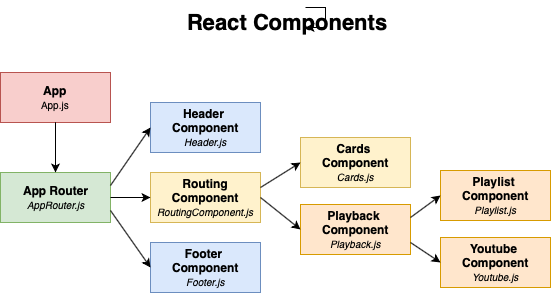
mahmudahsan/python-bangla-react keeps this draw.io diagram as Resources/react-components.png. Above is the earlier version. Source tidied: cells renumbered, new cells last; positions are measured from the earlier drawing's top-left corner, leaving out a move shared by most shapes. The source it was exported from:
```xml
<mxGraphModel>
  <root>
    <mxCell id="0" />
    <mxCell id="1" parent="0" />
    <mxCell id="2" value="&lt;b&gt;App&lt;/b&gt;&lt;br&gt;&lt;font style=&quot;font-size: 10px&quot;&gt;App.js&lt;/font&gt;&lt;br&gt;" style="html=1;fillColor=#f8cecc;strokeColor=#b85450;" parent="1" vertex="1">
      <mxGeometry y="65" width="110" height="50" as="geometry" />
    </mxCell>
    <mxCell id="3" value="&lt;b&gt;App Router&lt;/b&gt;&lt;br&gt;&lt;i&gt;&lt;font style=&quot;font-size: 10px&quot;&gt;AppRouter.js&lt;/font&gt;&lt;/i&gt;&lt;br&gt;" style="html=1;fillColor=#d5e8d4;strokeColor=#82b366;" parent="1" vertex="1">
      <mxGeometry y="165" width="110" height="50" as="geometry" />
    </mxCell>
    <mxCell id="4" style="endArrow=classic;html=1;exitX=0.5;exitY=1;exitDx=0;exitDy=0;" parent="1" edge="1" source="2" target="3">
      <mxGeometry relative="1" as="geometry" />
    </mxCell>
    <mxCell id="5" value="&lt;b&gt;Routing&lt;br&gt;Component&lt;/b&gt;&lt;br&gt;&lt;i&gt;&lt;font style=&quot;font-size: 10px&quot;&gt;RoutingComponent.js&lt;/font&gt;&lt;/i&gt;&lt;br&gt;" style="html=1;fillColor=#fff2cc;strokeColor=#d6b656;" parent="1" vertex="1">
      <mxGeometry x="150" y="165" width="110" height="50" as="geometry" />
    </mxCell>
    <mxCell id="6" style="endArrow=classic;html=1;exitX=1;exitY=0.5;exitDx=0;exitDy=0;" parent="1" edge="1" source="3" target="5">
      <mxGeometry relative="1" as="geometry" />
    </mxCell>
    <mxCell id="7" value="&lt;b&gt;Header &lt;br&gt;Component&lt;/b&gt;&lt;i&gt;&lt;font style=&quot;font-size: 10px&quot;&gt;&lt;br&gt;Header.js&lt;/font&gt;&lt;/i&gt;&lt;br&gt;" style="html=1;fillColor=#dae8fc;strokeColor=#6c8ebf;" parent="1" vertex="1">
      <mxGeometry x="150" y="95" width="110" height="50" as="geometry" />
    </mxCell>
    <mxCell id="8" style="endArrow=classic;html=1;exitX=1;exitY=0.25;exitDx=0;exitDy=0;entryX=0;entryY=0.5;entryDx=0;entryDy=0;" parent="1" edge="1" source="3" target="7">
      <mxGeometry relative="1" as="geometry" />
    </mxCell>
    <mxCell id="9" value="&lt;b&gt;Cards&amp;nbsp;&lt;br&gt;Component&lt;/b&gt;&lt;br&gt;&lt;font size=&quot;1&quot;&gt;&lt;i&gt;Cards.js&lt;/i&gt;&lt;/font&gt;&lt;br&gt;" style="html=1;fillColor=#fff2cc;strokeColor=#d6b656;" parent="1" vertex="1">
      <mxGeometry x="300" y="130" width="110" height="50" as="geometry" />
    </mxCell>
    <mxCell id="10" value="&lt;b&gt;Footer&amp;nbsp;&lt;br&gt;Component&lt;/b&gt;&lt;i&gt;&lt;font style=&quot;font-size: 10px&quot;&gt;&lt;br&gt;Footer.js&lt;/font&gt;&lt;/i&gt;&lt;br&gt;" style="html=1;fillColor=#dae8fc;strokeColor=#6c8ebf;" parent="1" vertex="1">
      <mxGeometry x="150" y="235" width="110" height="50" as="geometry" />
    </mxCell>
    <mxCell id="11" style="endArrow=classic;html=1;entryX=0;entryY=0.5;entryDx=0;entryDy=0;" parent="1" edge="1" target="9">
      <mxGeometry relative="1" as="geometry">
        <mxPoint x="260" y="180" as="sourcePoint" />
      </mxGeometry>
    </mxCell>
    <mxCell id="12" style="endArrow=classic;html=1;entryX=0;entryY=0.5;entryDx=0;entryDy=0;exitX=1;exitY=0.75;exitDx=0;exitDy=0;" parent="1" edge="1" source="3" target="10">
      <mxGeometry relative="1" as="geometry" />
    </mxCell>
    <mxCell id="13" value="React Components" style="text;html=1;points=[];align=left;verticalAlign=top;spacingTop=-4;fontStyle=1;fontSize=22;" parent="1" vertex="1">
      <mxGeometry x="185" width="120" height="20" as="geometry" />
    </mxCell>
    <mxCell id="14" value="&lt;b&gt;Playback&amp;nbsp;&lt;br&gt;Component&lt;/b&gt;&lt;br&gt;&lt;font size=&quot;1&quot;&gt;&lt;i&gt;Playback.js&lt;/i&gt;&lt;/font&gt;&lt;br&gt;" style="html=1;fillColor=#ffe6cc;strokeColor=#d79b00;" parent="1" vertex="1">
      <mxGeometry x="300" y="197" width="110" height="50" as="geometry" />
    </mxCell>
    <mxCell id="15" style="endArrow=classic;html=1;entryX=0;entryY=0.5;entryDx=0;entryDy=0;exitX=1;exitY=0.75;exitDx=0;exitDy=0;" parent="1" edge="1" target="14">
      <mxGeometry relative="1" as="geometry">
        <mxPoint x="260" y="190" as="sourcePoint" />
      </mxGeometry>
    </mxCell>
    <mxCell id="16" style="edgeStyle=orthogonalEdgeStyle;rounded=0;orthogonalLoop=1;jettySize=auto;html=1;exitX=0.5;exitY=1;exitDx=0;exitDy=0;fontSize=22;fillColor=#fff2cc;strokeColor=#d6b656;" parent="1" edge="1" source="14" target="14">
      <mxGeometry relative="1" as="geometry" />
    </mxCell>
    <mxCell id="17" value="&lt;b&gt;Playlist&amp;nbsp;&lt;br&gt;Component&lt;/b&gt;&lt;br&gt;&lt;font size=&quot;1&quot;&gt;&lt;i&gt;Playlist.js&lt;/i&gt;&lt;/font&gt;&lt;br&gt;" style="html=1;fillColor=#ffe6cc;strokeColor=#d79b00;" parent="1" vertex="1">
      <mxGeometry x="440" y="163" width="110" height="50" as="geometry" />
    </mxCell>
    <mxCell id="18" value="&lt;b&gt;Youtube&amp;nbsp;&lt;br&gt;Component&lt;/b&gt;&lt;br&gt;&lt;font size=&quot;1&quot;&gt;&lt;i&gt;Youtube.js&lt;/i&gt;&lt;/font&gt;&lt;br&gt;" style="html=1;fillColor=#ffe6cc;strokeColor=#d79b00;" parent="1" vertex="1">
      <mxGeometry x="440" y="230" width="110" height="50" as="geometry" />
    </mxCell>
    <mxCell id="19" style="edgeStyle=orthogonalEdgeStyle;rounded=0;orthogonalLoop=1;jettySize=auto;html=1;exitX=0.5;exitY=1;exitDx=0;exitDy=0;fontSize=22;fillColor=#ffe6cc;strokeColor=#d79b00;" parent="1" edge="1" source="18" target="18">
      <mxGeometry relative="1" as="geometry" />
    </mxCell>
    <mxCell id="20" style="endArrow=classic;html=1;entryX=0;entryY=0.5;entryDx=0;entryDy=0;exitX=1;exitY=0.75;exitDx=0;exitDy=0;" parent="1" edge="1" source="14" target="18">
      <mxGeometry relative="1" as="geometry" />
    </mxCell>
    <mxCell id="21" style="endArrow=classic;html=1;entryX=0;entryY=0.5;entryDx=0;entryDy=0;exitX=1;exitY=0.25;exitDx=0;exitDy=0;" parent="1" edge="1" source="14" target="17">
      <mxGeometry relative="1" as="geometry" />
    </mxCell>
    <mxCell id="22" style="edgeStyle=orthogonalEdgeStyle;rounded=0;orthogonalLoop=1;jettySize=auto;html=1;fontSize=22;" parent="1" edge="1" source="13" target="13">
      <mxGeometry relative="1" as="geometry" />
    </mxCell>
  </root>
</mxGraphModel>
```
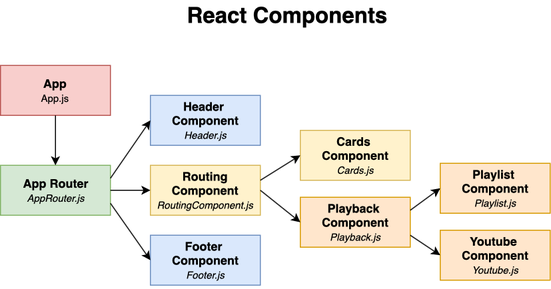
The same diagram one commit later.

Commit message:
react-components mockup added

What changed in the source:
```diff
@@ -66,8 +66,5 @@
     <mxCell id="21" style="endArrow=classic;html=1;entryX=0;entryY=0.5;entryDx=0;entryDy=0;exitX=1;exitY=0.25;exitDx=0;exitDy=0;" parent="1" edge="1" source="14" target="17">
       <mxGeometry relative="1" as="geometry" />
     </mxCell>
-    <mxCell id="22" style="edgeStyle=orthogonalEdgeStyle;rounded=0;orthogonalLoop=1;jettySize=auto;html=1;fontSize=22;" parent="1" edge="1" source="13" target="13">
-      <mxGeometry relative="1" as="geometry" />
-    </mxCell>
   </root>
 </mxGraphModel>
```
